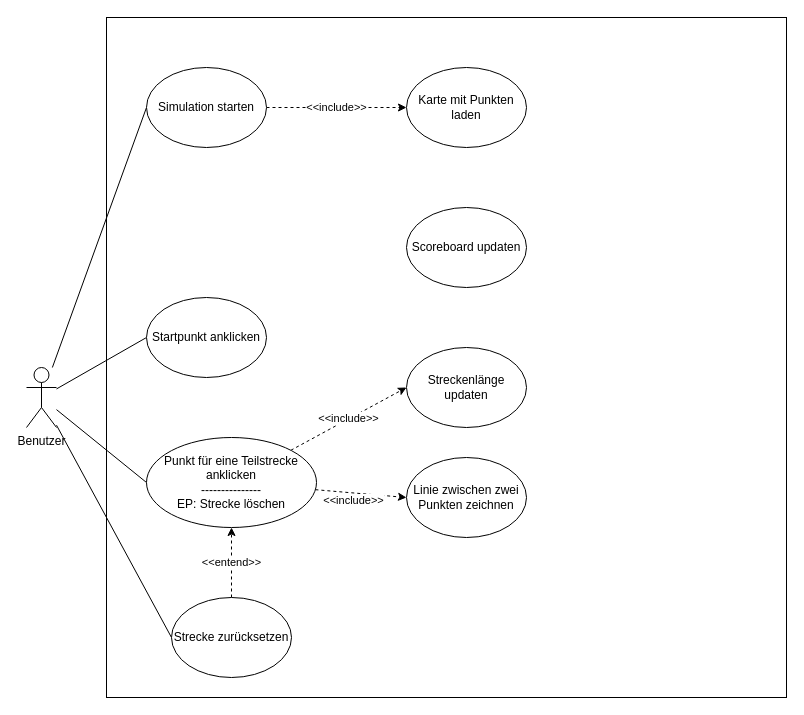
The draw.io diagram UseCase-LB2.drawio in vogelileo/m226b, before the edit. Source tidied: cells renumbered, new cells numbered last; positions are measured from the earlier drawing's top-left corner, leaving out a move shared by most shapes. Both pictures are drawn from the tidied source at 100%, with x=0, y=0 at pixel (26, 17).
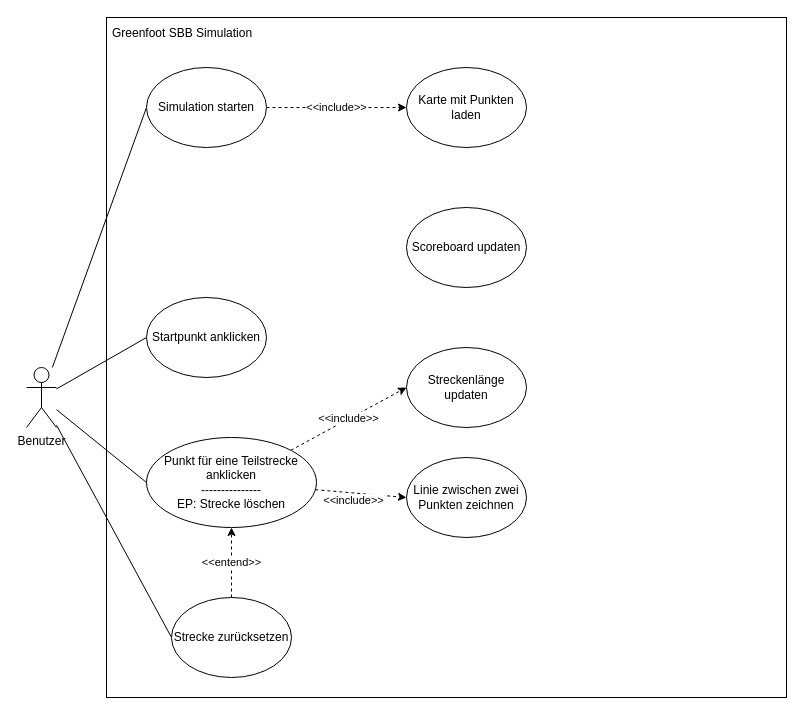
The same diagram, later.

Change to the diagram source:
```diff
@@
+    <mxCell id="21" value="Greenfoot SBB Simulation" style="text;strokeColor=none;fillColor=none;align=left;verticalAlign=middle;spacingLeft=4;spacingRight=4;overflow=hidden;" parent="1" vertex="1">
+      <mxGeometry x="80" width="200" height="30" as="geometry" />
+    </mxCell>
```
